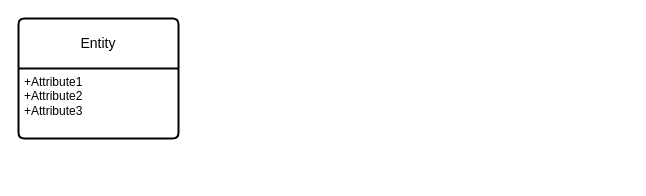
Above: 类图.drawio in Huangzhu-zhu/- (draw.io), before the change. Source tidied: cells renumbered, new cells numbered last; positions are measured from the earlier drawing's top-left corner, leaving out a move shared by most shapes. Both pictures are drawn from the tidied source at 100%, with x=0, y=0 at pixel (18, 18).
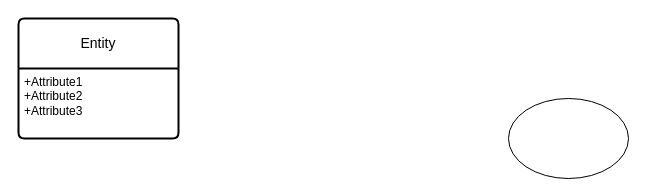
The same diagram, later.

Change to the diagram source:
```diff
@@
 <mxGraphModel>
   <root>
     <mxCell id="0" />
     <mxCell id="1" parent="0" />
     <mxCell id="2" value="Entity" style="swimlane;horizontal=1;startSize=50;rounded=1;fontSize=14;fontStyle=0;strokeWidth=2;shadow=0;dashed=0;align=center;arcSize=4;whiteSpace=wrap;html=1;" parent="1" vertex="1">
       <mxGeometry width="160" height="120" as="geometry" />
     </mxCell>
     <mxCell id="3" value="+Attribute1&#10;+Attribute2&#10;+Attribute3" style="align=left;strokeColor=none;fillColor=none;spacingLeft=4;fontSize=12;verticalAlign=top;html=1;" parent="2" vertex="1">
       <mxGeometry y="50" width="160" height="70" as="geometry" />
     </mxCell>
+    <mxCell id="4" style="ellipse;whiteSpace=wrap;html=1;" parent="1" vertex="1">
+      <mxGeometry x="490" y="80" width="120" height="80" as="geometry" />
+    </mxCell>
   </root>
 </mxGraphModel>
```
